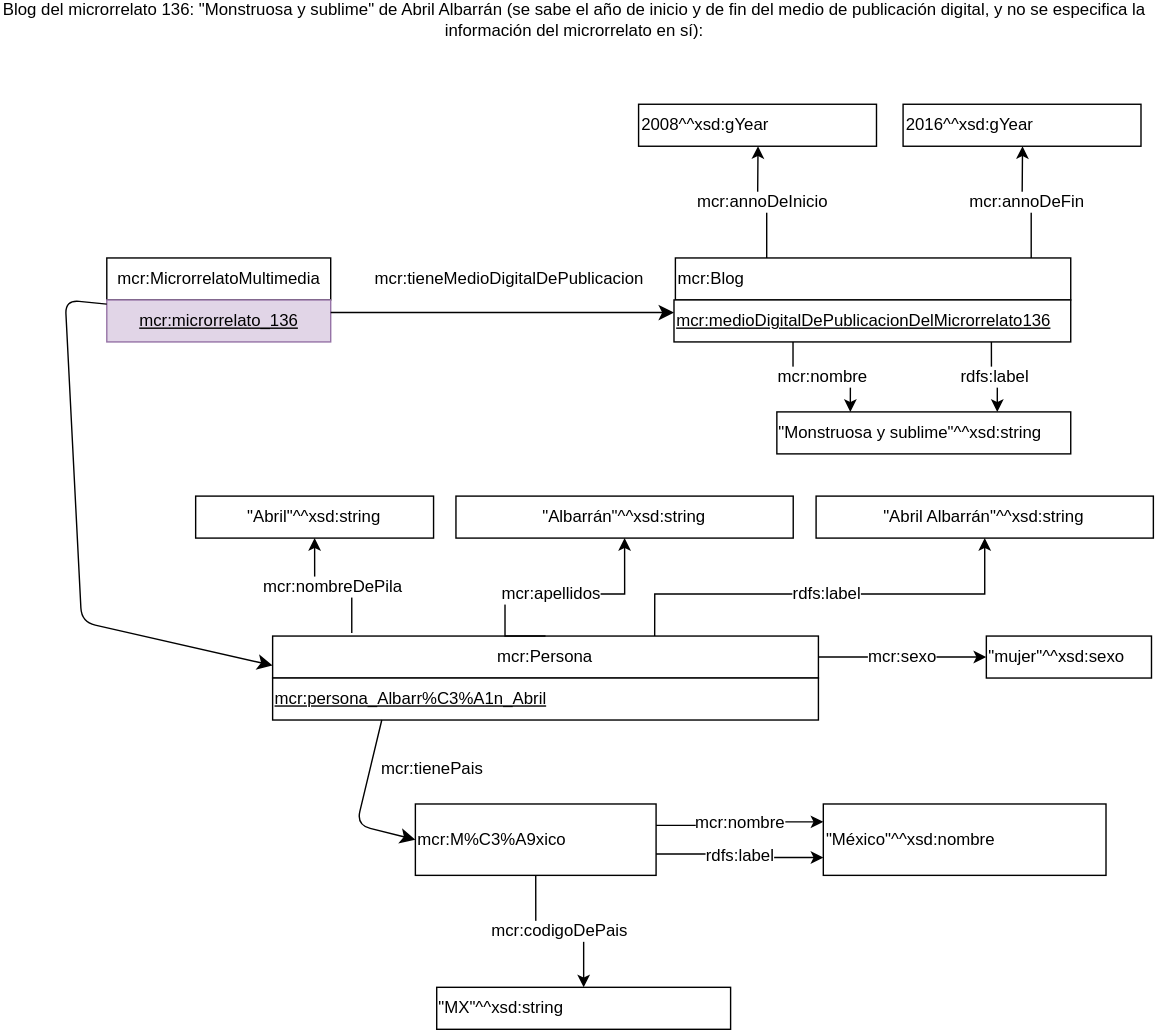
This is doc_widoco/images/microrrelato_136.svg from marianofl1971/microrrelatos, a draw.io export, as it was before one commit. Source tidied: cells renumbered, new cells last; positions are measured from the earlier drawing's top-left corner, leaving out a move shared by most shapes. Its diagram source:
```xml
<mxGraphModel>
  <root>
    <mxCell id="0" />
    <mxCell id="1" parent="0" />
    <mxCell id="2" value="mcr:MicrorrelatoMultimedia" style="rounded=0;whiteSpace=wrap;html=1;fontSize=12;" parent="1" vertex="1">
      <mxGeometry x="75.7" y="179.8" width="160" height="30" as="geometry" />
    </mxCell>
    <mxCell id="3" value="mcr:microrrelato_136" style="rounded=0;whiteSpace=wrap;html=1;snapToPoint=1;points=[[0.1,0],[0.2,0],[0.3,0],[0.4,0],[0.5,0],[0.6,0],[0.7,0],[0.8,0],[0.9,0],[0,0.1],[0,0.3],[0,0.5],[0,0.7],[0,0.9],[0.1,1],[0.2,1],[0.3,1],[0.4,1],[0.5,1],[0.6,1],[0.7,1],[0.8,1],[0.9,1],[1,0.1],[1,0.3],[1,0.5],[1,0.7],[1,0.9]];fontStyle=4;fontSize=12;fillColor=#e1d5e7;strokeColor=#9673a6;" parent="1" vertex="1">
      <mxGeometry x="75.7" y="209.8" width="160" height="30" as="geometry" />
    </mxCell>
    <mxCell id="4" value="mcr:Persona" style="rounded=0;whiteSpace=wrap;html=1;snapToPoint=1;points=[[0.1,0],[0.2,0],[0.3,0],[0.4,0],[0.5,0],[0.6,0],[0.7,0],[0.8,0],[0.9,0],[0,0.1],[0,0.3],[0,0.5],[0,0.7],[0,0.9],[0.1,1],[0.2,1],[0.3,1],[0.4,1],[0.5,1],[0.6,1],[0.7,1],[0.8,1],[0.9,1],[1,0.1],[1,0.3],[1,0.5],[1,0.7],[1,0.9]];fontSize=12;" parent="1" vertex="1">
      <mxGeometry x="194.1" y="450" width="390" height="30" as="geometry" />
    </mxCell>
    <mxCell id="5" value="mcr:persona_Albarr%C3%A1n_Abril" style="rounded=0;whiteSpace=wrap;html=1;snapToPoint=1;points=[[0.1,0],[0.2,0],[0.3,0],[0.4,0],[0.5,0],[0.6,0],[0.7,0],[0.8,0],[0.9,0],[0,0.1],[0,0.3],[0,0.5],[0,0.7],[0,0.9],[0.1,1],[0.2,1],[0.3,1],[0.4,1],[0.5,1],[0.6,1],[0.7,1],[0.8,1],[0.9,1],[1,0.1],[1,0.3],[1,0.5],[1,0.7],[1,0.9]];fontStyle=4;fontSize=12;align=left;" parent="1" vertex="1">
      <mxGeometry x="194.1" y="480" width="390" height="30" as="geometry" />
    </mxCell>
    <mxCell id="6" style="endArrow=classic;html=1;exitX=0;exitY=0.1;exitDx=0;exitDy=0;entryX=0;entryY=0.7;entryDx=0;entryDy=0;endSize=8;fontSize=12;" parent="1" edge="1" source="3" target="4">
      <mxGeometry relative="1" as="geometry">
        <Array as="points">
          <mxPoint x="45.9" y="209.8" />
          <mxPoint x="57.7" y="440" />
        </Array>
      </mxGeometry>
    </mxCell>
    <mxCell id="7" value="&quot;Abril&quot;^^xsd:string" style="rounded=0;whiteSpace=wrap;html=1;snapToPoint=1;fontSize=12;" parent="1" vertex="1">
      <mxGeometry x="139.1" y="350" width="170" height="30" as="geometry" />
    </mxCell>
    <mxCell id="8" value="&quot;Albarrán&quot;^^xsd:string" style="rounded=0;whiteSpace=wrap;html=1;snapToPoint=1;fontSize=12;" parent="1" vertex="1">
      <mxGeometry x="325.1" y="350" width="241" height="30" as="geometry" />
    </mxCell>
    <mxCell id="9" value="mcr:apellidos" style="edgeStyle=orthogonalEdgeStyle;rounded=0;jettySize=auto;html=1;fontSize=12;entryX=0.5;entryY=1;entryDx=0;entryDy=0;exitX=0.5;exitY=0;exitDx=0;exitDy=0;" parent="1" edge="1" source="4" target="8">
      <mxGeometry relative="1" as="geometry">
        <Array as="points">
          <mxPoint x="360.1" y="420" />
          <mxPoint x="446.1" y="420" />
        </Array>
      </mxGeometry>
    </mxCell>
    <mxCell id="10" value="mcr:&lt;span&gt;Blog&lt;/span&gt;" style="rounded=0;whiteSpace=wrap;html=1;snapToPoint=1;points=[[0.1,0],[0.2,0],[0.3,0],[0.4,0],[0.5,0],[0.6,0],[0.7,0],[0.8,0],[0.9,0],[0,0.1],[0,0.3],[0,0.5],[0,0.7],[0,0.9],[0.1,1],[0.2,1],[0.3,1],[0.4,1],[0.5,1],[0.6,1],[0.7,1],[0.8,1],[0.9,1],[1,0.1],[1,0.3],[1,0.5],[1,0.7],[1,0.9]];fontSize=12;align=left;" parent="1" vertex="1">
      <mxGeometry x="481.9" y="179.8" width="282.5" height="30" as="geometry" />
    </mxCell>
    <mxCell id="11" style="endArrow=classic;html=1;exitX=1;exitY=0.3;exitDx=0;exitDy=0;entryX=0;entryY=0.3;entryDx=0;entryDy=0;endSize=8;fontSize=12;" parent="1" edge="1" source="3" target="15">
      <mxGeometry relative="1" as="geometry" />
    </mxCell>
    <mxCell id="12" value="mcr:tieneMedioDigitalDePublicacion" style="text;html=1;align=center;verticalAlign=middle;labelBackgroundColor=#ffffff;fontSize=12;" parent="11" vertex="1">
      <mxGeometry x="-0.13" relative="1" as="geometry">
        <mxPoint x="19.6" y="-24" as="offset" />
      </mxGeometry>
    </mxCell>
    <mxCell id="13" value="&quot;mujer&quot;^^xsd:sexo" style="rounded=0;whiteSpace=wrap;html=1;snapToPoint=1;fontSize=12;align=left;" parent="1" vertex="1">
      <mxGeometry x="704.1" y="450" width="118" height="30" as="geometry" />
    </mxCell>
    <mxCell id="14" value="mcr:sexo" style="edgeStyle=orthogonalEdgeStyle;rounded=0;jettySize=auto;html=1;exitX=1;exitY=0.5;exitDx=0;exitDy=0;fontSize=12;" parent="1" edge="1" source="4" target="13">
      <mxGeometry relative="1" as="geometry" />
    </mxCell>
    <mxCell id="15" value="&lt;u style=&quot;font-size: 12px&quot;&gt;mcr:medioDigitalDePublicacionDelMicrorrelato136&lt;/u&gt;" style="rounded=0;whiteSpace=wrap;html=1;snapToPoint=1;points=[[0.1,0],[0.2,0],[0.3,0],[0.4,0],[0.5,0],[0.6,0],[0.7,0],[0.8,0],[0.9,0],[0,0.1],[0,0.3],[0,0.5],[0,0.7],[0,0.9],[0.1,1],[0.2,1],[0.3,1],[0.4,1],[0.5,1],[0.6,1],[0.7,1],[0.8,1],[0.9,1],[1,0.1],[1,0.3],[1,0.5],[1,0.7],[1,0.9]];fontSize=12;align=left;" parent="1" vertex="1">
      <mxGeometry x="480.9" y="209.8" width="283.5" height="30" as="geometry" />
    </mxCell>
    <mxCell id="16" value="&quot;Monstruosa y sublime&quot;^^xsd:string" style="rounded=0;whiteSpace=wrap;html=1;snapToPoint=1;fontSize=12;align=left;" parent="1" vertex="1">
      <mxGeometry x="554.4" y="289.8" width="210" height="30" as="geometry" />
    </mxCell>
    <mxCell id="17" value="rdfs:label" style="edgeStyle=orthogonalEdgeStyle;rounded=0;jettySize=auto;html=1;fontSize=12;exitX=0.8;exitY=1;exitDx=0;exitDy=0;entryX=0.75;entryY=0;entryDx=0;entryDy=0;" parent="1" edge="1" source="15" target="16">
      <mxGeometry relative="1" as="geometry" />
    </mxCell>
    <mxCell id="18" value="mcr:M%C3%A9xico" style="rounded=0;whiteSpace=wrap;html=1;snapToPoint=1;points=[[0.1,0],[0.2,0],[0.3,0],[0.4,0],[0.5,0],[0.6,0],[0.7,0],[0.8,0],[0.9,0],[0,0.1],[0,0.3],[0,0.5],[0,0.7],[0,0.9],[0.1,1],[0.2,1],[0.3,1],[0.4,1],[0.5,1],[0.6,1],[0.7,1],[0.8,1],[0.9,1],[1,0.1],[1,0.3],[1,0.5],[1,0.7],[1,0.9]];fontSize=12;align=left;" parent="1" vertex="1">
      <mxGeometry x="296.1" y="570" width="172" height="51" as="geometry" />
    </mxCell>
    <mxCell id="19" style="endArrow=classic;html=1;entryX=0;entryY=0.5;entryDx=0;entryDy=0;endSize=8;fontSize=12;exitX=0.2;exitY=1;exitDx=0;exitDy=0;" parent="1" edge="1" source="5" target="18">
      <mxGeometry relative="1" as="geometry">
        <Array as="points">
          <mxPoint x="254.1" y="585" />
        </Array>
      </mxGeometry>
    </mxCell>
    <mxCell id="20" value="mcr:tienePais" style="text;html=1;align=center;verticalAlign=middle;labelBackgroundColor=#ffffff;fontSize=12;" parent="19" vertex="1">
      <mxGeometry x="-0.13" relative="1" as="geometry">
        <mxPoint x="47.3" y="-17.2" as="offset" />
      </mxGeometry>
    </mxCell>
    <mxCell id="21" value="&quot;México&quot;^^xsd:nombre" style="rounded=0;whiteSpace=wrap;html=1;snapToPoint=1;fontSize=12;align=left;" parent="1" vertex="1">
      <mxGeometry x="587.6" y="570" width="202" height="51" as="geometry" />
    </mxCell>
    <mxCell id="22" value="mcr:nombre" style="edgeStyle=orthogonalEdgeStyle;rounded=0;jettySize=auto;html=1;exitX=1;exitY=0.3;exitDx=0;exitDy=0;fontSize=12;entryX=0;entryY=0.25;entryDx=0;entryDy=0;" parent="1" edge="1" source="18" target="21">
      <mxGeometry relative="1" as="geometry" />
    </mxCell>
    <mxCell id="23" value="mcr:nombreDePila" style="edgeStyle=orthogonalEdgeStyle;rounded=0;jettySize=auto;html=1;exitX=0.145;exitY=-0.071;exitDx=0;exitDy=0;fontSize=12;exitPerimeter=0;entryX=0.5;entryY=1;entryDx=0;entryDy=0;" parent="1" edge="1" source="4" target="7">
      <mxGeometry relative="1" as="geometry" />
    </mxCell>
    <mxCell id="24" value="Blog del microrrelato 136: &quot;&lt;span&gt;Monstruosa y sublime&lt;/span&gt;&quot; de Abril Albarrán (se sabe el año de inicio y de fin del medio de publicación digital, y no se especifica la información del microrrelato en sí):" style="text;html=1;strokeColor=none;fillColor=none;align=center;verticalAlign=middle;whiteSpace=wrap;rounded=0;fontSize=12;" parent="1" vertex="1">
      <mxGeometry x="-0.3" width="820" height="20" as="geometry" />
    </mxCell>
    <mxCell id="25" value="&quot;MX&quot;^^xsd:string" style="rounded=0;whiteSpace=wrap;html=1;snapToPoint=1;fontSize=12;align=left;" parent="1" vertex="1">
      <mxGeometry x="311.4" y="701" width="210" height="30" as="geometry" />
    </mxCell>
    <mxCell id="26" value="mcr:codigoDePais" style="edgeStyle=orthogonalEdgeStyle;rounded=0;jettySize=auto;html=1;fontSize=12;exitX=0.5;exitY=1;exitDx=0;exitDy=0;entryX=0.5;entryY=0;entryDx=0;entryDy=0;" parent="1" edge="1" source="18" target="25">
      <mxGeometry relative="1" as="geometry" />
    </mxCell>
    <mxCell id="27" value="&quot;Abril Albarrán&quot;^^xsd:string" style="rounded=0;whiteSpace=wrap;html=1;snapToPoint=1;fontSize=12;" parent="1" vertex="1">
      <mxGeometry x="582.5" y="350" width="241" height="30" as="geometry" />
    </mxCell>
    <mxCell id="28" value="rdfs:label" style="edgeStyle=orthogonalEdgeStyle;rounded=0;jettySize=auto;html=1;fontSize=12;entryX=0.5;entryY=1;entryDx=0;entryDy=0;exitX=0.7;exitY=0;exitDx=0;exitDy=0;" parent="1" edge="1" source="4" target="27">
      <mxGeometry relative="1" as="geometry">
        <Array as="points">
          <mxPoint x="467.4" y="420" />
          <mxPoint x="703.4" y="420" />
        </Array>
      </mxGeometry>
    </mxCell>
    <mxCell id="29" value="rdfs:label" style="edgeStyle=orthogonalEdgeStyle;rounded=0;jettySize=auto;html=1;exitX=1;exitY=0.7;exitDx=0;exitDy=0;fontSize=12;entryX=0;entryY=0.75;entryDx=0;entryDy=0;" parent="1" edge="1" source="18" target="21">
      <mxGeometry relative="1" as="geometry" />
    </mxCell>
    <mxCell id="30" value="mcr:nombre" style="edgeStyle=orthogonalEdgeStyle;rounded=0;jettySize=auto;html=1;fontSize=12;exitX=0.3;exitY=1;exitDx=0;exitDy=0;entryX=0.25;entryY=0;entryDx=0;entryDy=0;" parent="1" edge="1" source="15" target="16">
      <mxGeometry relative="1" as="geometry" />
    </mxCell>
    <mxCell id="31" value="2016^^xsd:gYear" style="rounded=0;whiteSpace=wrap;html=1;snapToPoint=1;fontSize=12;align=left;" parent="1" vertex="1">
      <mxGeometry x="644.6" y="70" width="170" height="30" as="geometry" />
    </mxCell>
    <mxCell id="32" value="mcr:annoDeFin" style="edgeStyle=orthogonalEdgeStyle;rounded=0;jettySize=auto;html=1;exitX=0.9;exitY=0;exitDx=0;exitDy=0;fontSize=12;" parent="1" edge="1" source="10" target="31">
      <mxGeometry relative="1" as="geometry" />
    </mxCell>
    <mxCell id="33" value="2008^^xsd:gYear" style="rounded=0;whiteSpace=wrap;html=1;snapToPoint=1;fontSize=12;align=left;" parent="1" vertex="1">
      <mxGeometry x="455.6" y="70" width="170" height="30" as="geometry" />
    </mxCell>
    <mxCell id="34" value="mcr:annoDeInicio" style="edgeStyle=orthogonalEdgeStyle;rounded=0;jettySize=auto;html=1;exitX=0.9;exitY=0;exitDx=0;exitDy=0;fontSize=12;" parent="1" edge="1" target="33">
      <mxGeometry relative="1" as="geometry">
        <mxPoint x="547.2" y="179.8" as="sourcePoint" />
      </mxGeometry>
    </mxCell>
  </root>
</mxGraphModel>
```
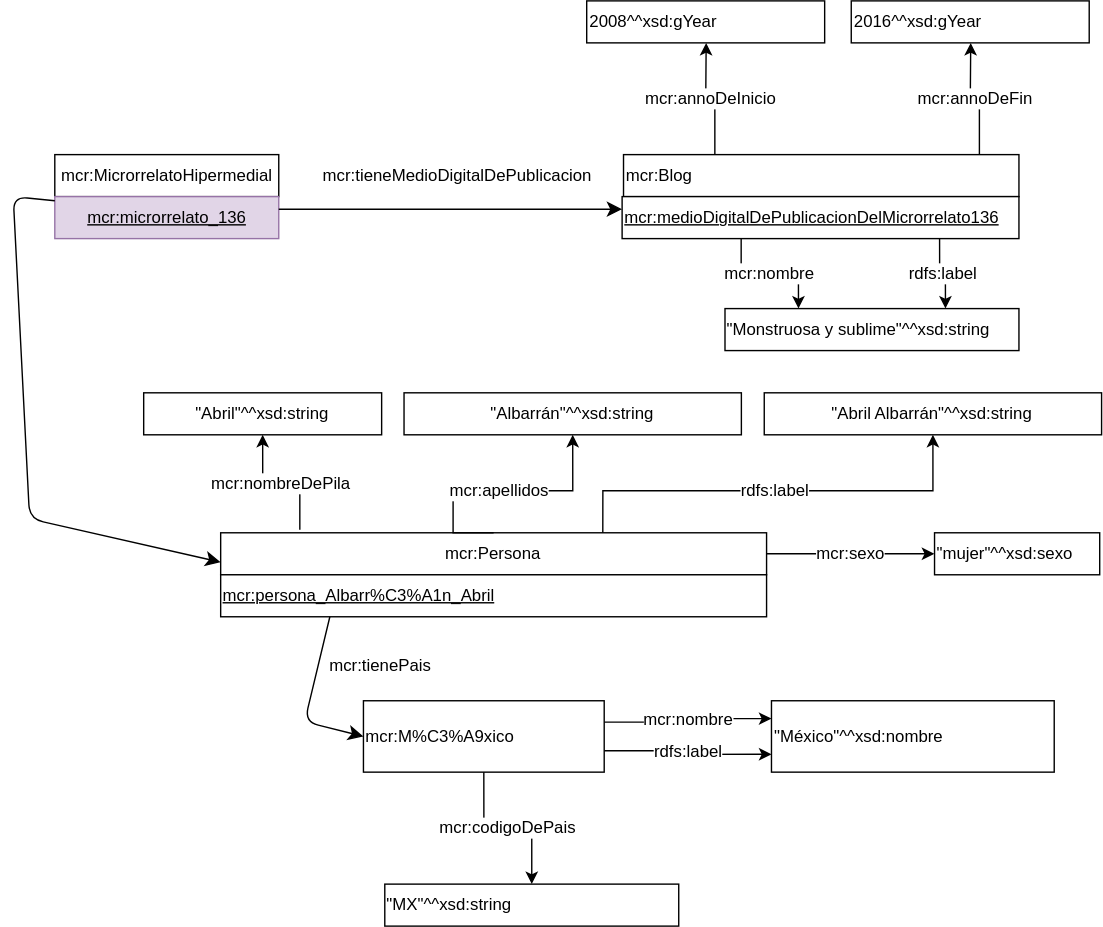
The same diagram one commit later.

What changed in the source:
```diff
@@ -2,7 +2,7 @@
   <root>
     <mxCell id="0" />
     <mxCell id="1" parent="0" />
-    <mxCell id="2" value="mcr:MicrorrelatoMultimedia" style="rounded=0;whiteSpace=wrap;html=1;fontSize=12;" parent="1" vertex="1">
+    <mxCell id="2" value="mcr:MicrorrelatoHipermedial" style="rounded=0;whiteSpace=wrap;html=1;fontSize=12;" parent="1" vertex="1">
       <mxGeometry x="75.7" y="179.8" width="160" height="30" as="geometry" />
     </mxCell>
     <mxCell id="3" value="mcr:microrrelato_136" style="rounded=0;whiteSpace=wrap;html=1;snapToPoint=1;points=[[0.1,0],[0.2,0],[0.3,0],[0.4,0],[0.5,0],[0.6,0],[0.7,0],[0.8,0],[0.9,0],[0,0.1],[0,0.3],[0,0.5],[0,0.7],[0,0.9],[0.1,1],[0.2,1],[0.3,1],[0.4,1],[0.5,1],[0.6,1],[0.7,1],[0.8,1],[0.9,1],[1,0.1],[1,0.3],[1,0.5],[1,0.7],[1,0.9]];fontStyle=4;fontSize=12;fillColor=#e1d5e7;strokeColor=#9673a6;" parent="1" vertex="1">
@@ -86,9 +86,6 @@
     <mxCell id="23" value="mcr:nombreDePila" style="edgeStyle=orthogonalEdgeStyle;rounded=0;jettySize=auto;html=1;exitX=0.145;exitY=-0.071;exitDx=0;exitDy=0;fontSize=12;exitPerimeter=0;entryX=0.5;entryY=1;entryDx=0;entryDy=0;" parent="1" edge="1" source="4" target="7">
       <mxGeometry relative="1" as="geometry" />
     </mxCell>
-    <mxCell id="24" value="Blog del microrrelato 136: &quot;&lt;span&gt;Monstruosa y sublime&lt;/span&gt;&quot; de Abril Albarrán (se sabe el año de inicio y de fin del medio de publicación digital, y no se especifica la información del microrrelato en sí):" style="text;html=1;strokeColor=none;fillColor=none;align=center;verticalAlign=middle;whiteSpace=wrap;rounded=0;fontSize=12;" parent="1" vertex="1">
-      <mxGeometry x="-0.3" width="820" height="20" as="geometry" />
-    </mxCell>
     <mxCell id="25" value="&quot;MX&quot;^^xsd:string" style="rounded=0;whiteSpace=wrap;html=1;snapToPoint=1;fontSize=12;align=left;" parent="1" vertex="1">
       <mxGeometry x="311.4" y="701" width="210" height="30" as="geometry" />
     </mxCell>
```
